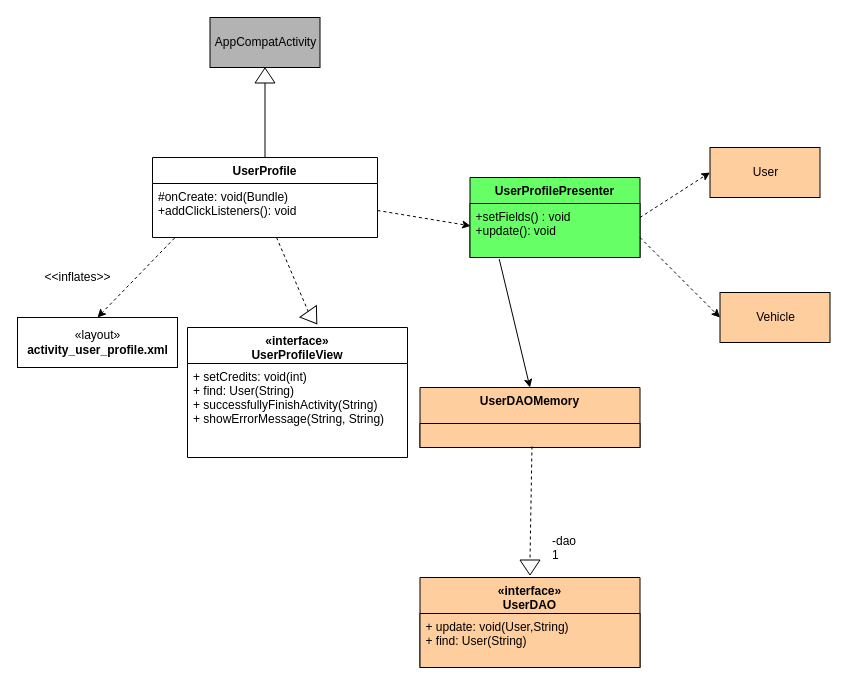
Above: R4_Diagrams/Class Diagrams/AddCreditsCD.drawio in ntinouldinho/Parking-App (draw.io), before the change. Source tidied: cells renumbered, new cells numbered last; positions are measured from the earlier drawing's top-left corner, leaving out a move shared by most shapes. Both pictures are drawn from the tidied source at 100%, with x=0, y=0 at pixel (17, 17).
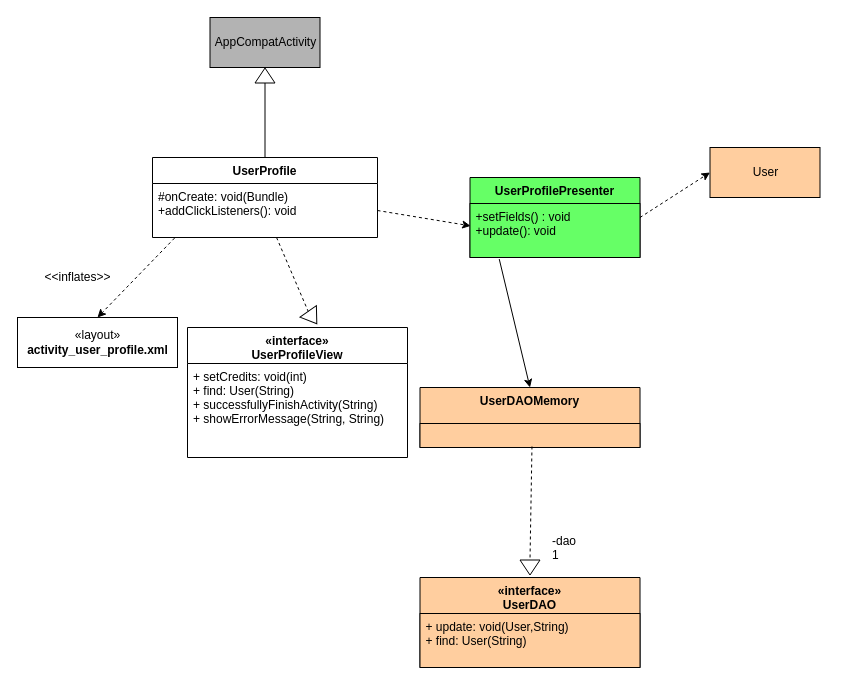
The same page after the edit.

The change refers to these unchanged cells:
```xml
<mxCell id="10" value="UserProfilePresenter" style="swimlane;fontStyle=1;align=center;verticalAlign=top;horizontal=1;startSize=26;strokeColor=#000000;fillColor=#66FF66;gradientColor=none;" parent="1" vertex="1">
  <mxGeometry x="452.5" y="160" width="170" height="80" as="geometry" />
</mxCell>
```

What changed in the source:
```diff
@@
-    <mxCell id="16" style="endArrow=classic;html=1;exitX=1;exitY=0.75;exitDx=0;exitDy=0;dashed=1;entryX=0;entryY=0.5;entryDx=0;entryDy=0;" parent="1" edge="1" source="10" target="18">
-      <mxGeometry relative="1" as="geometry" />
-    </mxCell>
@@
-    <mxCell id="18" value="Vehicle" style="html=1;strokeColor=#000000;fillColor=#FFCE9F;gradientColor=none;" parent="1" vertex="1">
-      <mxGeometry x="702.5" y="275" width="110" height="50" as="geometry" />
-    </mxCell>
```
